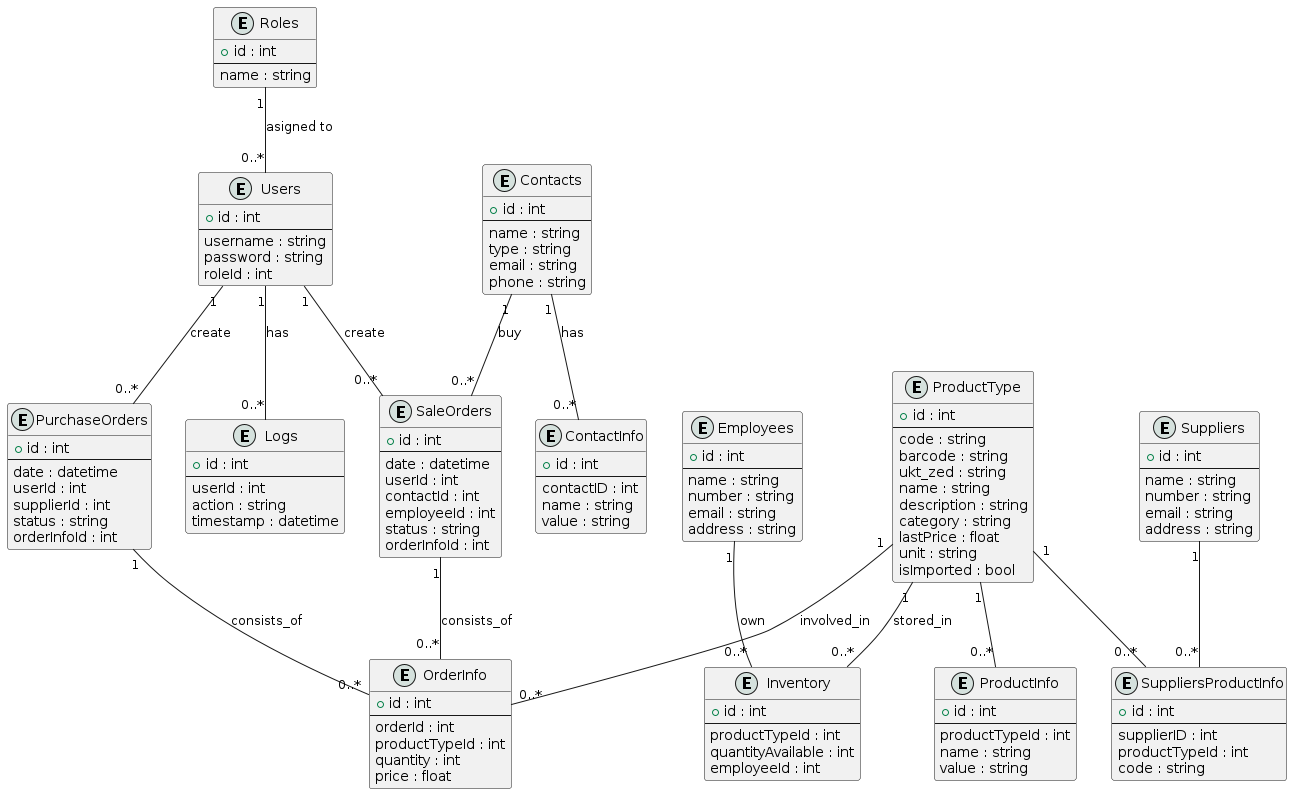
Before: docs/server/DB_schema.png, a diagram exported from PlantUML (Sage-Cat/SageStore).
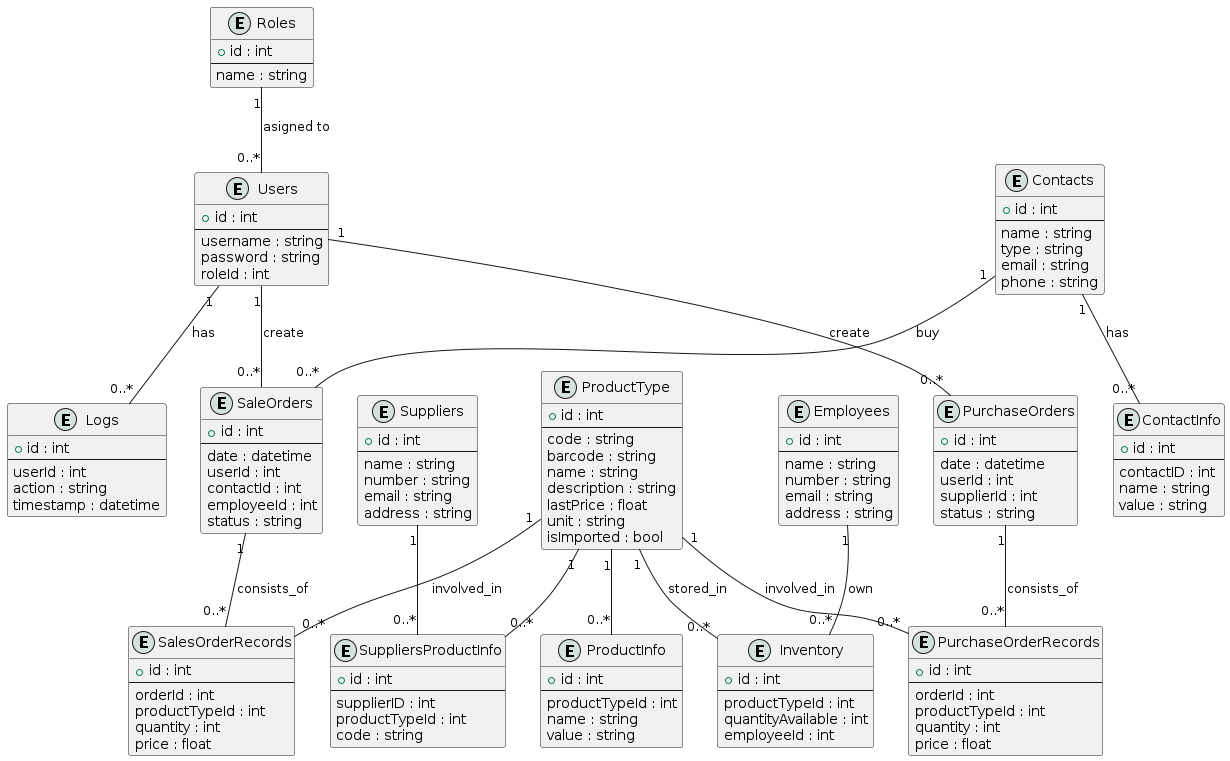
The same file after the commit.

What changed in the source:
```diff
@@ -80,10 +80,8 @@
   --
   code : string
   barcode : string
-  ukt_zed : string
   name : string
   description : string
-  category : string
   lastPrice : float
   unit : string
   isImported : bool
@@ -105,10 +103,10 @@
   contactId : int
   employeeId : int
   status : string
-  orderInfoId : int
 }
 
-entity("OrderInfo") {
+
+entity("SalesOrderRecords") {
   + id : int
   --
   orderId : int
@@ -124,7 +122,15 @@
   userId : int
   supplierId : int
   status : string
-  orderInfoId : int
+}
+
+entity("PurchaseOrderRecords") {
+  + id : int
+  --
+  orderId : int
+  productTypeId : int
+  quantity : int
+  price : float
 }
 
 Roles "1" -- "0..*" Users : asigned to
@@ -138,7 +144,8 @@
 ProductType "1" -- "0..*" SuppliersProductInfo
 Suppliers "1" -- "0..*" SuppliersProductInfo
 ProductType "1" -- "0..*" Inventory : stored_in
-ProductType "1" -- "0..*" OrderInfo : involved_in
-SaleOrders "1" -- "0..*" OrderInfo : consists_of
-PurchaseOrders "1" -- "0..*" OrderInfo : consists_of
+ProductType "1" -- "0..*" SalesOrderRecords : involved_in
+SaleOrders "1" -- "0..*" SalesOrderRecords : consists_of
+ProductType "1" -- "0..*" PurchaseOrderRecords : involved_in
+PurchaseOrders "1" -- "0..*" PurchaseOrderRecords : consists_of
 @enduml
```
